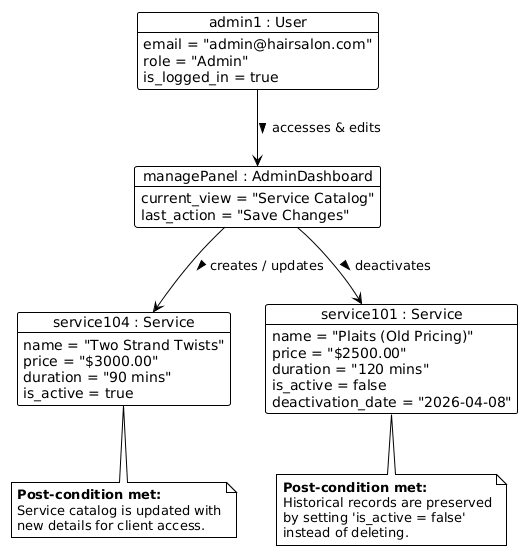
The PlantUML diagram Manage_Service_Catalog_Object_Diagram.png in mahxri/COMP2171-Hair-Booking, before a commit.
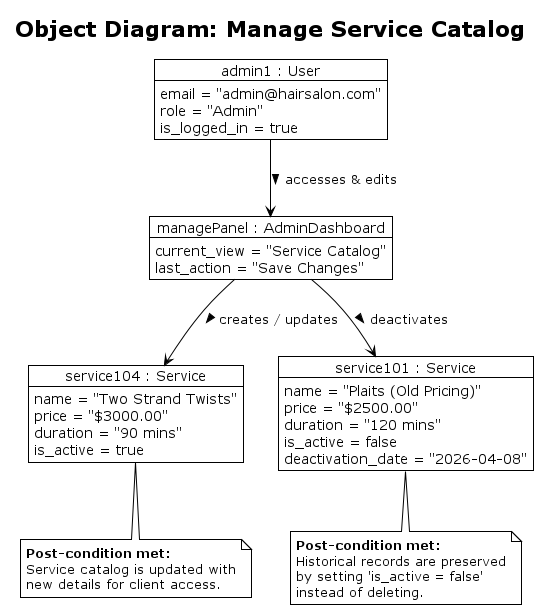
After the change.

Change to the diagram source:
```diff
@@ -1,5 +1,7 @@
-@startuml
+@startuml Manage_Service_Catalog_Object_Diagram
 !theme plain
+hide empty description
+title Object Diagram: Manage Service Catalog
 
 object "admin1 : User" as admin {
   email = "admin@hairsalon.com"
@@ -43,4 +45,5 @@
   by setting 'is_active = false'
   instead of deleting.
 end note
+
 @enduml
```
